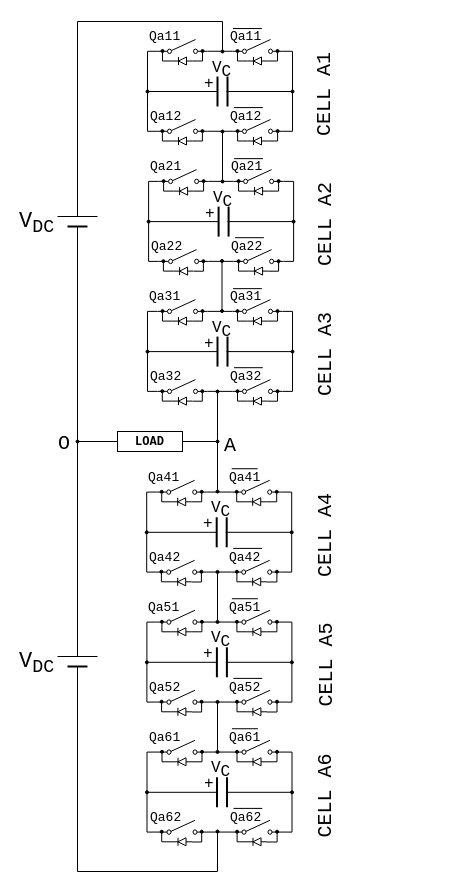
thece36/drawio keeps this draw.io diagram as 1PH_MMC_1LEG_v2.drawio. Above is the earlier version. Source tidied: cells renumbered, new cells numbered last; positions are measured from the earlier drawing's top-left corner, leaving out a move shared by most shapes. Both pictures are drawn from the tidied source at 100%, with x=0, y=0 at pixel (17, 21).
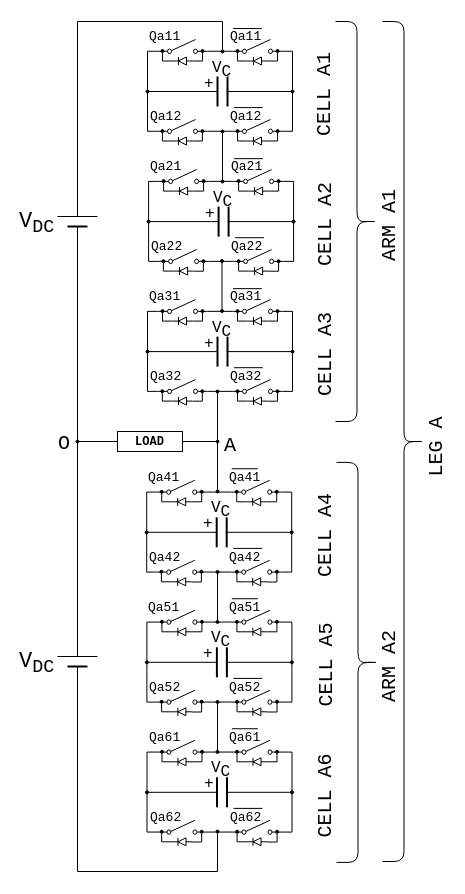
The same diagram, later.

Diff of the diagram source:
```diff
@@
+    <mxCell id="252" style="shape=curlyBracket;whiteSpace=wrap;html=1;rounded=1;direction=west;" parent="1" vertex="1">
+      <mxGeometry x="318" width="43" height="400" as="geometry" />
+    </mxCell>
+    <mxCell id="253" value="&lt;div style=&quot;font-size: 20px&quot;&gt;&lt;font style=&quot;font-size: 20px&quot; face=&quot;Courier New&quot;&gt;ARM A1&lt;br&gt;&lt;/font&gt;&lt;/div&gt;" style="text;html=1;align=left;verticalAlign=middle;spacingTop=-4;direction=west;rotation=-90;" parent="1" vertex="1">
+      <mxGeometry x="330" y="190" width="85" height="20" as="geometry" />
+    </mxCell>
+    <mxCell id="254" style="shape=curlyBracket;whiteSpace=wrap;html=1;rounded=1;direction=west;" parent="1" vertex="1">
+      <mxGeometry x="319" y="440.9" width="43" height="400" as="geometry" />
+    </mxCell>
+    <mxCell id="255" value="&lt;div style=&quot;font-size: 20px&quot;&gt;&lt;font style=&quot;font-size: 20px&quot; face=&quot;Courier New&quot;&gt;ARM A2&lt;br&gt;&lt;/font&gt;&lt;/div&gt;" style="text;html=1;align=left;verticalAlign=middle;spacingTop=-4;direction=west;rotation=-90;" parent="1" vertex="1">
+      <mxGeometry x="331" y="630.9" width="85" height="20" as="geometry" />
+    </mxCell>
+    <mxCell id="256" style="shape=curlyBracket;whiteSpace=wrap;html=1;rounded=1;direction=west;" parent="1" vertex="1">
+      <mxGeometry x="365" width="43" height="840" as="geometry" />
+    </mxCell>
+    <mxCell id="257" value="&lt;div style=&quot;font-size: 20px&quot;&gt;&lt;font style=&quot;font-size: 20px&quot; face=&quot;Courier New&quot;&gt;LEG A&lt;br&gt;&lt;/font&gt;&lt;/div&gt;" style="text;html=1;align=left;verticalAlign=middle;spacingTop=-4;direction=west;rotation=-90;" parent="1" vertex="1">
+      <mxGeometry x="382" y="410.5" width="75" height="20" as="geometry" />
+    </mxCell>
```
